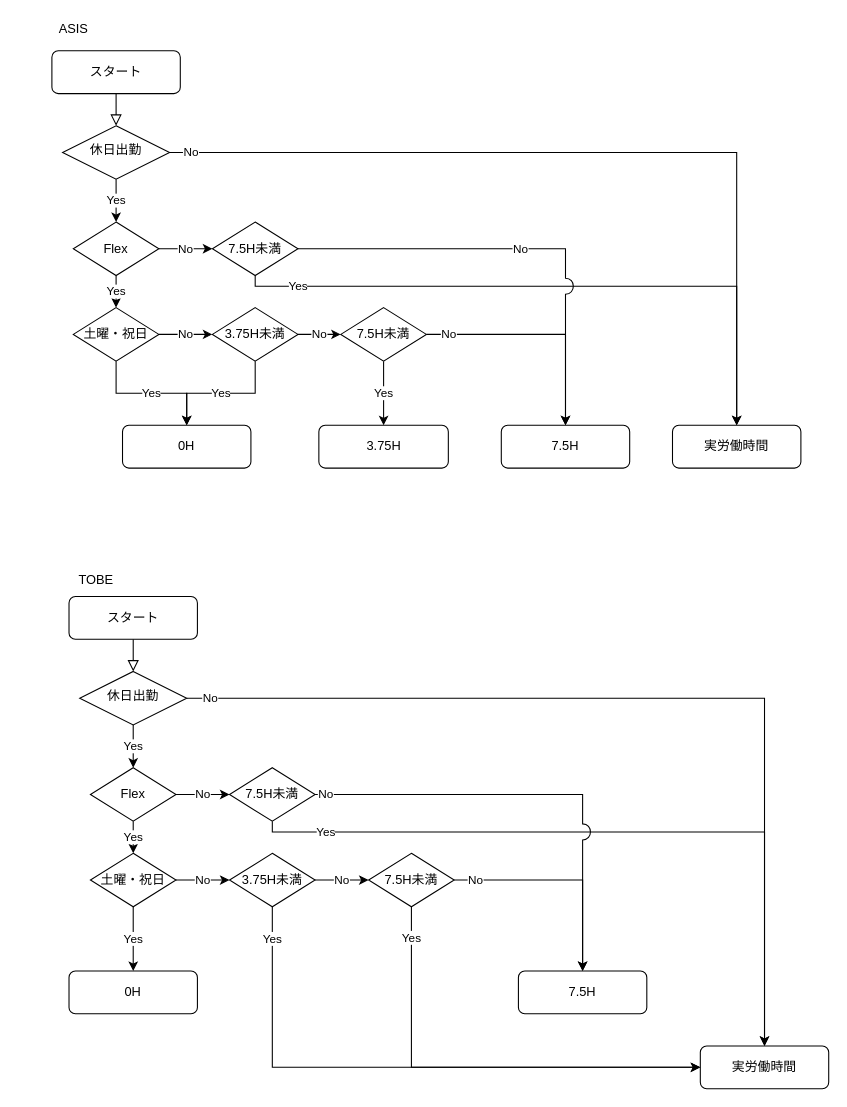
Above: 代休.drawio in o5om3-san/first-git (draw.io), before the change. Source tidied: cells renumbered, new cells numbered last; positions are measured from the earlier drawing's top-left corner, leaving out a move shared by most shapes. Both pictures are drawn from the tidied source at 107%, with x=0, y=0 at pixel (51, 18).
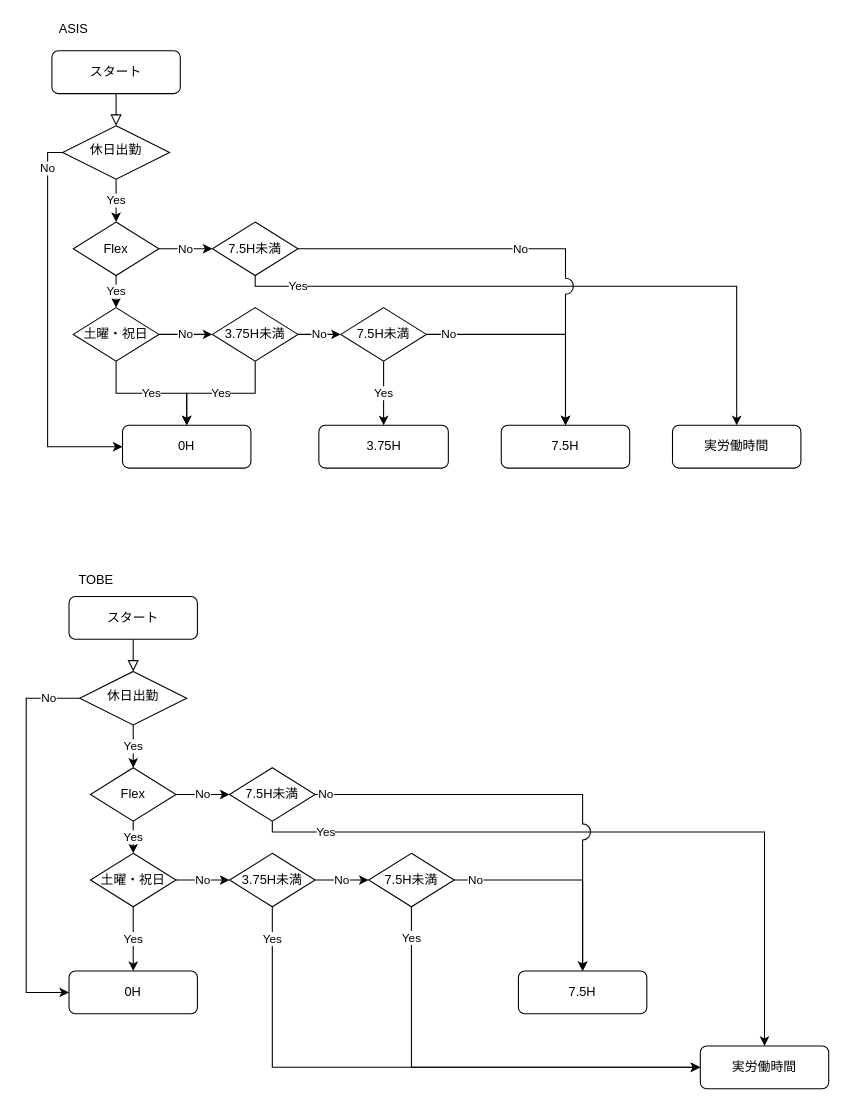
After the change.

Unchanged cells that the change refers to:
```xml
<mxCell id="6" value="休日出勤" style="rhombus;whiteSpace=wrap;html=1;shadow=0;fontFamily=Helvetica;fontSize=12;align=center;strokeWidth=1;spacing=6;spacingTop=-4;" parent="1" vertex="1">
  <mxGeometry x="10" y="100" width="100" height="50" as="geometry" />
</mxCell>
<mxCell id="7" value="実労働時間" style="rounded=1;whiteSpace=wrap;html=1;fontSize=12;glass=0;strokeWidth=1;shadow=0;" parent="1" vertex="1">
  <mxGeometry x="580" y="380" width="120" height="40" as="geometry" />
</mxCell>
<mxCell id="23" value="0H" style="rounded=1;whiteSpace=wrap;html=1;fontSize=12;glass=0;strokeWidth=1;shadow=0;" parent="1" vertex="1">
  <mxGeometry x="66" y="380" width="120" height="40" as="geometry" />
</mxCell>
<mxCell id="32" value="休日出勤" style="rhombus;whiteSpace=wrap;html=1;shadow=0;fontFamily=Helvetica;fontSize=12;align=center;strokeWidth=1;spacing=6;spacingTop=-4;" parent="1" vertex="1">
  <mxGeometry x="26" y="610" width="100" height="50" as="geometry" />
</mxCell>
<mxCell id="33" value="実労働時間" style="rounded=1;whiteSpace=wrap;html=1;fontSize=12;glass=0;strokeWidth=1;shadow=0;" parent="1" vertex="1">
  <mxGeometry x="606" y="960" width="120" height="40" as="geometry" />
</mxCell>
<mxCell id="49" value="0H" style="rounded=1;whiteSpace=wrap;html=1;fontSize=12;glass=0;strokeWidth=1;shadow=0;" parent="1" vertex="1">
  <mxGeometry x="16" y="890" width="120" height="40" as="geometry" />
</mxCell>
```

Diff of the diagram source:
```diff
@@
-    <mxCell id="5" value="No" style="edgeStyle=orthogonalEdgeStyle;rounded=0;jettySize=auto;html=1;exitX=1;exitY=0.5;exitDx=0;exitDy=0;entryX=0.5;entryY=0;entryDx=0;entryDy=0;" parent="1" edge="1" source="6" target="7">
-      <mxGeometry x="-0.95" relative="1" as="geometry">
+    <mxCell id="5" value="No" style="edgeStyle=orthogonalEdgeStyle;rounded=0;jumpStyle=arc;jumpSize=15;jettySize=auto;html=1;entryX=0;entryY=0.5;entryDx=0;entryDy=0;" parent="1" edge="1" source="6" target="23">
+      <mxGeometry x="-0.84" relative="1" as="geometry">
         <Array as="points">
-          <mxPoint x="640" y="125" />
+          <mxPoint x="-4" y="125" />
+          <mxPoint x="-4" y="400" />
         </Array>
       </mxGeometry>
     </mxCell>
@@
-    <mxCell id="31" value="No" style="edgeStyle=orthogonalEdgeStyle;rounded=0;jettySize=auto;html=1;exitX=1;exitY=0.5;exitDx=0;exitDy=0;entryX=0.5;entryY=0;entryDx=0;entryDy=0;" parent="1" edge="1" source="32" target="33">
-      <mxGeometry x="-0.95" relative="1" as="geometry">
+    <mxCell id="31" value="No" style="edgeStyle=orthogonalEdgeStyle;rounded=0;jettySize=auto;html=1;exitX=0;exitY=0.5;exitDx=0;exitDy=0;entryX=0;entryY=0.5;entryDx=0;entryDy=0;" parent="1" edge="1" source="32" target="49">
+      <mxGeometry x="-0.84" relative="1" as="geometry">
         <Array as="points">
-          <mxPoint x="666" y="635" />
+          <mxPoint x="-24" y="635" />
+          <mxPoint x="-24" y="910" />
         </Array>
       </mxGeometry>
     </mxCell>
```
